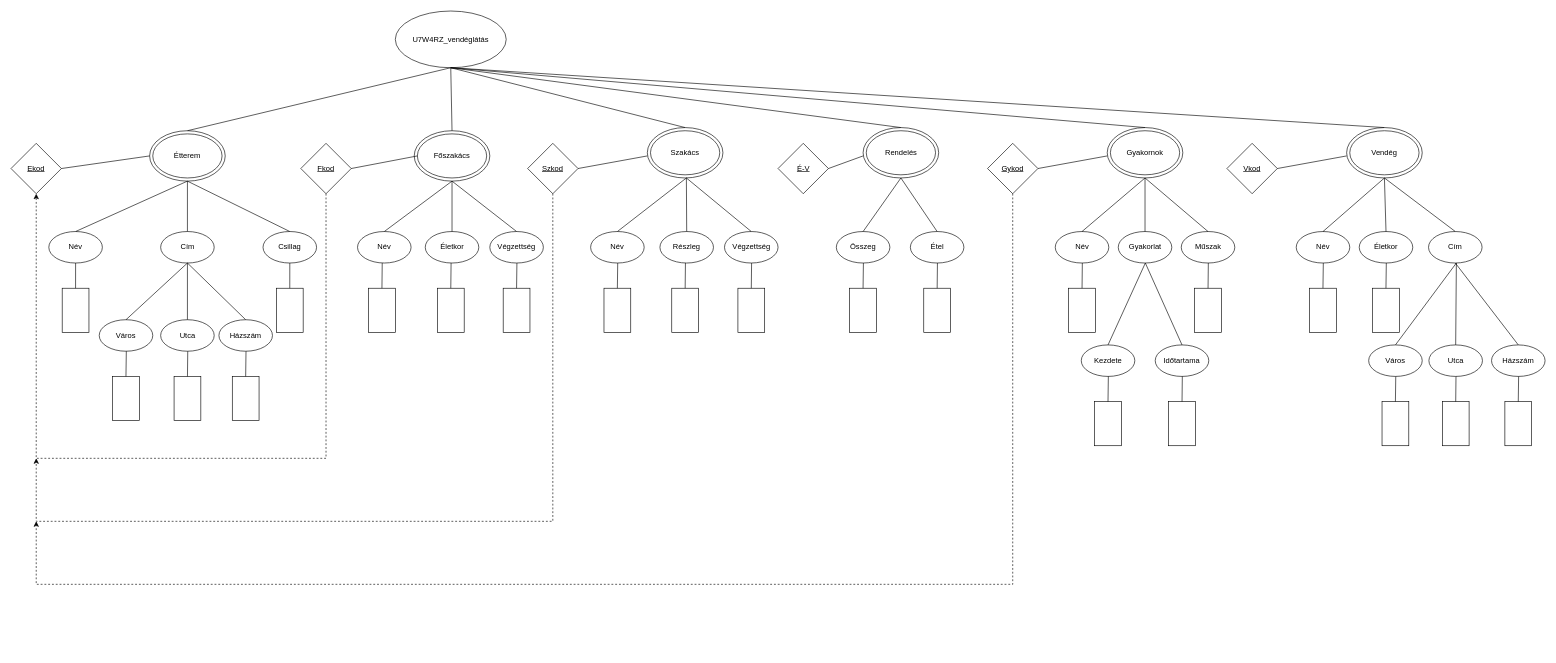
The draw.io diagram U7W4RZ_1008/XDMU7W4RZ.drawio in Valkenzo/U7W4RZWebXML, before the edit. Source tidied: cells renumbered, new cells numbered last; positions are measured from the earlier drawing's top-left corner, leaving out a move shared by most shapes. Both pictures are drawn from the tidied source at 63%, with x=0, y=0 at pixel (11, 11).
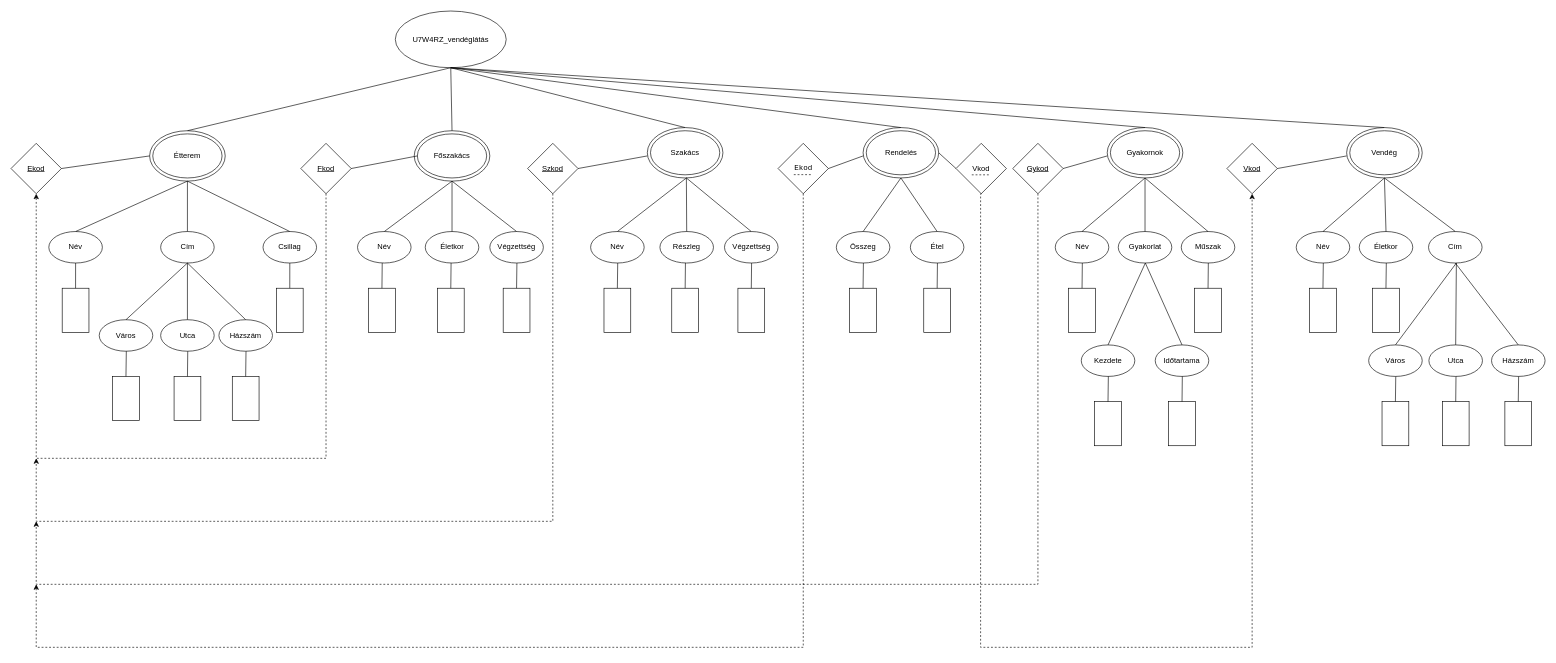
Above is the later version.

Commit message:
Update diagram layout and add new connections in XDMU7W4RZ.drawio

The change refers to these unchanged cells:
```xml
<mxCell id="13" style="ellipse;whiteSpace=wrap;html=1;" parent="1" vertex="1">
  <mxGeometry x="1352.5" y="185" width="120" height="80" as="geometry" />
</mxCell>
<mxCell id="77" value="&lt;u&gt;Vkod&lt;/u&gt;" style="rhombus;whiteSpace=wrap;html=1;" parent="1" vertex="1">
  <mxGeometry x="1930" y="210" width="80" height="80" as="geometry" />
</mxCell>
```

The edit, as a diff of the source:
```diff
@@
     <mxCell id="66" value="&lt;u&gt;Gykod&lt;/u&gt;" style="rhombus;whiteSpace=wrap;html=1;" parent="1" vertex="1">
-      <mxGeometry x="1550" y="210" width="80" height="80" as="geometry" />
+      <mxGeometry x="1590" y="210" width="80" height="80" as="geometry" />
     </mxCell>
@@
     <mxCell id="127" style="endArrow=classic;html=1;rounded=0;edgeStyle=orthogonalEdgeStyle;dashed=1;exitX=0.5;exitY=1;exitDx=0;exitDy=0;" parent="1" edge="1" source="66">
       <mxGeometry relative="1" as="geometry">
         <mxPoint x="40" y="810" as="targetPoint" />
         <Array as="points">
-          <mxPoint x="1590" y="910" />
+          <mxPoint x="1630" y="910" />
           <mxPoint x="40" y="910" />
         </Array>
       </mxGeometry>
     </mxCell>
-    <mxCell id="128" value="&lt;u&gt;É-V&lt;/u&gt;" style="rhombus;whiteSpace=wrap;html=1;" parent="1" vertex="1">
+    <mxCell id="128" value="&lt;pre&gt;Ekod&lt;/pre&gt;" style="rhombus;whiteSpace=wrap;html=1;" parent="1" vertex="1">
       <mxGeometry x="1217.5" y="210" width="80" height="80" as="geometry" />
     </mxCell>
@@
+    <mxCell id="130" style="endArrow=classic;html=1;rounded=0;edgeStyle=orthogonalEdgeStyle;dashed=1;entryX=0.5;entryY=1;entryDx=0;entryDy=0;exitX=0.5;exitY=1;exitDx=0;exitDy=0;" parent="1" edge="1" source="128">
+      <mxGeometry relative="1" as="geometry">
+        <mxPoint x="40" y="910" as="targetPoint" />
+        <Array as="points">
+          <mxPoint x="1257" y="1010" />
+          <mxPoint x="40" y="1010" />
+          <mxPoint x="40" y="910" />
+        </Array>
+      </mxGeometry>
+    </mxCell>
+    <mxCell id="131" value="Vkod" style="rhombus;whiteSpace=wrap;html=1;" parent="1" vertex="1">
+      <mxGeometry x="1500" y="210" width="80" height="80" as="geometry" />
+    </mxCell>
+    <mxCell id="132" style="endArrow=none;html=1;rounded=0;entryX=1;entryY=0.5;entryDx=0;entryDy=0;exitX=0;exitY=0.5;exitDx=0;exitDy=0;" parent="1" edge="1" source="131" target="13">
+      <mxGeometry relative="1" as="geometry" />
+    </mxCell>
+    <mxCell id="133" style="endArrow=classic;html=1;rounded=0;edgeStyle=orthogonalEdgeStyle;dashed=1;entryX=0.5;entryY=1;entryDx=0;entryDy=0;exitX=0.5;exitY=1;exitDx=0;exitDy=0;" parent="1" edge="1" target="77">
+      <mxGeometry relative="1" as="geometry">
+        <mxPoint x="1540.5" y="290" as="sourcePoint" />
+        <Array as="points">
+          <mxPoint x="1539" y="290" />
+          <mxPoint x="1539" y="1010" />
+          <mxPoint x="1970" y="1010" />
+        </Array>
+      </mxGeometry>
+    </mxCell>
+    <mxCell id="134" style="endArrow=none;dashed=1;html=1;rounded=0;" parent="1" edge="1">
+      <mxGeometry relative="1" as="geometry">
+        <mxPoint x="1242.5" y="259.7" as="sourcePoint" />
+        <mxPoint x="1272.5" y="259.7" as="targetPoint" />
+      </mxGeometry>
+    </mxCell>
+    <mxCell id="135" style="endArrow=none;dashed=1;html=1;rounded=0;" parent="1" edge="1">
+      <mxGeometry relative="1" as="geometry">
+        <mxPoint x="1525" y="260" as="sourcePoint" />
+        <mxPoint x="1555" y="260" as="targetPoint" />
+      </mxGeometry>
+    </mxCell>
```
